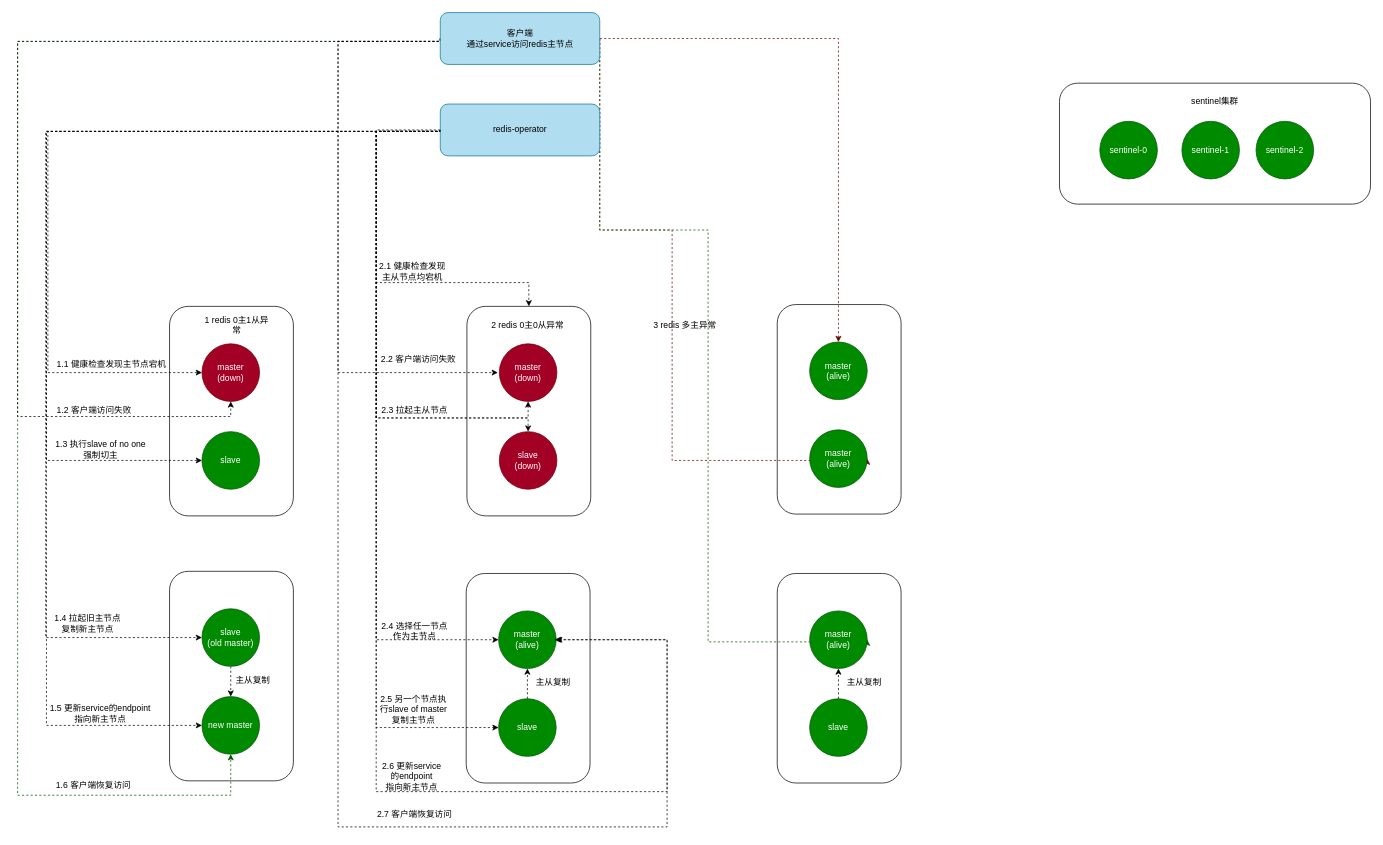
Earlier version of the draw.io diagram diagrams/redis主从版多主0主异常.drawio (fengyinqiao/cloudimg). Source tidied: cells renumbered, new cells numbered last; positions are measured from the earlier drawing's top-left corner, leaving out a move shared by most shapes. Both pictures are drawn from the tidied source at 72%, with x=0, y=0 at pixel (17, 12).
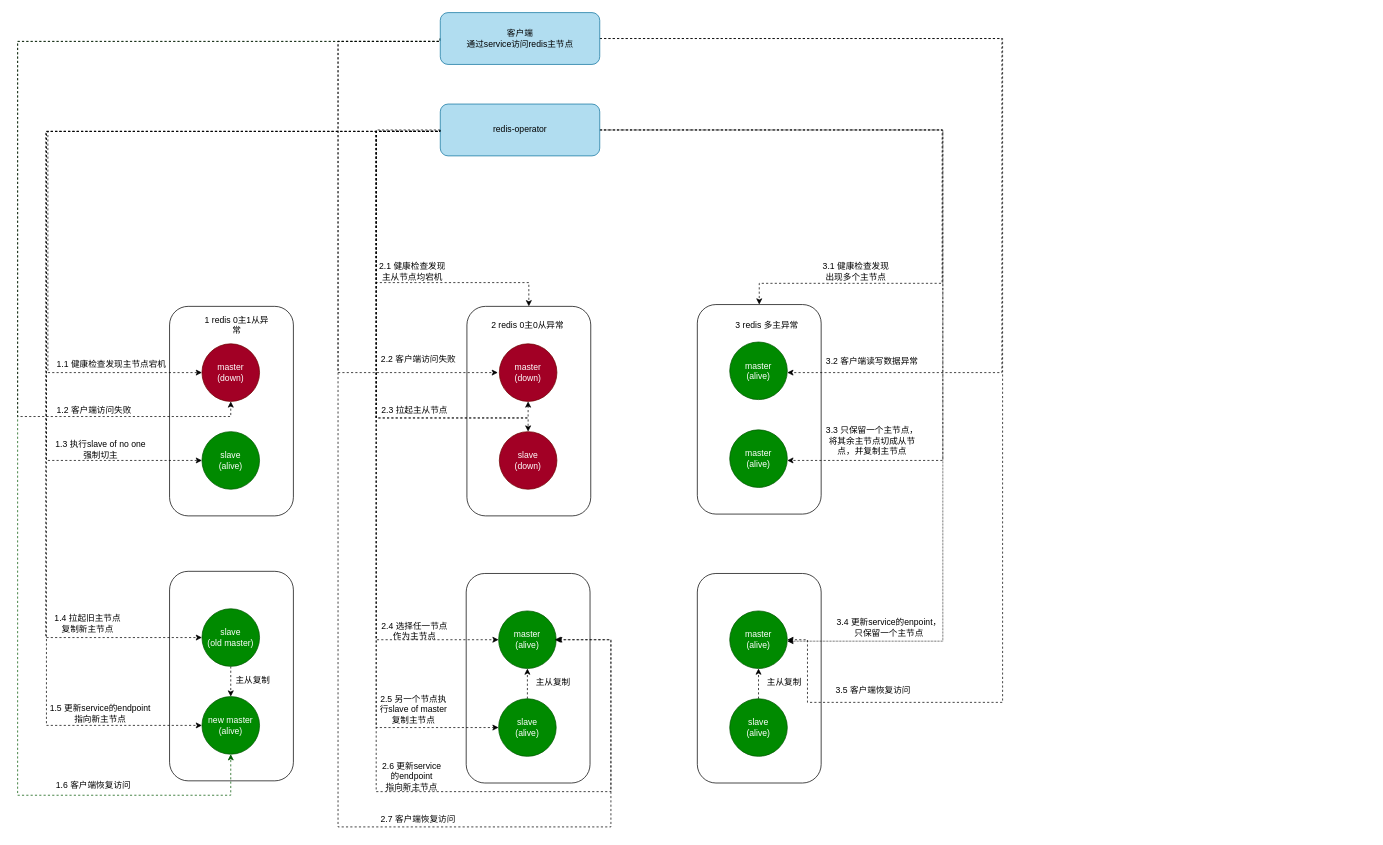
After the change.

Commit message:
更新redis主从版多主0主异常.drawio

The change refers to these unchanged cells:
```xml
<mxCell id="16" value="客户端&lt;br&gt;通过service访问redis主节点" style="rounded=1;whiteSpace=wrap;html=1;fillColor=#b1ddf0;strokeColor=#10739e;" parent="1" vertex="1">
  <mxGeometry x="587" width="221.5" height="72" as="geometry" />
</mxCell>
<mxCell id="34" value="master&lt;br&gt;(alive)" style="ellipse;whiteSpace=wrap;html=1;fillColor=#008a00;fontColor=#ffffff;strokeColor=#005700;" parent="1" vertex="1">
  <mxGeometry x="668" y="831" width="80" height="80" as="geometry" />
</mxCell>
<mxCell id="51" value="redis-operator" style="rounded=1;whiteSpace=wrap;html=1;fillColor=#b1ddf0;strokeColor=#10739e;" parent="1" vertex="1">
  <mxGeometry x="587" y="127" width="221.5" height="72" as="geometry" />
</mxCell>
```

Diff of the diagram source:
```diff
@@
+    <mxCell id="5" style="rounded=1;whiteSpace=wrap;html=1;" parent="1" vertex="1">
+      <mxGeometry x="944" y="405.5" width="172" height="291" as="geometry" />
+    </mxCell>
+    <mxCell id="9" style="edgeStyle=orthogonalEdgeStyle;rounded=0;jettySize=auto;html=1;exitX=1;exitY=0.5;exitDx=0;exitDy=0;dashed=1;" parent="1" edge="1" source="16" target="24">
+      <mxGeometry relative="1" as="geometry">
+        <Array as="points">
+          <mxPoint x="1367" y="36" />
+          <mxPoint x="1367" y="500" />
+        </Array>
+      </mxGeometry>
+    </mxCell>
     <mxCell id="2" style="rounded=1;whiteSpace=wrap;html=1;" parent="1" vertex="1">
-      <mxGeometry x="1055" y="779" width="172" height="291" as="geometry" />
+      <mxGeometry x="944" y="779" width="172" height="291" as="geometry" />
     </mxCell>
@@
-    <mxCell id="5" style="rounded=1;whiteSpace=wrap;html=1;" parent="1" vertex="1">
-      <mxGeometry x="1055" y="405.5" width="172" height="291" as="geometry" />
-    </mxCell>
@@
-    <mxCell id="8" style="rounded=1;whiteSpace=wrap;html=1;" parent="1" vertex="1">
-      <mxGeometry x="1447" y="98" width="432" height="168" as="geometry" />
-    </mxCell>
-    <mxCell id="9" style="edgeStyle=orthogonalEdgeStyle;rounded=0;jettySize=auto;html=1;exitX=1;exitY=0.5;exitDx=0;exitDy=0;dashed=1;fillColor=#a20025;strokeColor=#6F0000;" parent="1" edge="1" source="16" target="24">
-      <mxGeometry relative="1" as="geometry" />
-    </mxCell>
-    <mxCell id="10" style="edgeStyle=orthogonalEdgeStyle;rounded=0;jettySize=auto;html=1;exitX=1;exitY=0.5;exitDx=0;exitDy=0;dashed=1;entryX=1;entryY=0.5;entryDx=0;entryDy=0;fillColor=#a20025;strokeColor=#6F0000;" parent="1" edge="1" source="16" target="25">
-      <mxGeometry relative="1" as="geometry">
-        <Array as="points">
-          <mxPoint x="909" y="302" />
-          <mxPoint x="909" y="622" />
-        </Array>
-      </mxGeometry>
-    </mxCell>
@@
-    <mxCell id="12" style="edgeStyle=orthogonalEdgeStyle;rounded=0;jettySize=auto;html=1;exitX=1;exitY=0.5;exitDx=0;exitDy=0;entryX=1;entryY=0.5;entryDx=0;entryDy=0;dashed=1;fillColor=#008a00;strokeColor=#005700;" parent="1" edge="1" source="16" target="38">
-      <mxGeometry relative="1" as="geometry">
-        <Array as="points">
-          <mxPoint x="959" y="302" />
-          <mxPoint x="959" y="874" />
-        </Array>
-      </mxGeometry>
-    </mxCell>
@@
     <mxCell id="15" style="edgeStyle=orthogonalEdgeStyle;rounded=0;jettySize=auto;html=1;exitX=0;exitY=0.5;exitDx=0;exitDy=0;dashed=1;entryX=1;entryY=0.5;entryDx=0;entryDy=0;" parent="1" edge="1" source="16" target="34">
       <mxGeometry relative="1" as="geometry">
         <Array as="points">
           <mxPoint x="587" y="40" />
           <mxPoint x="445" y="40" />
           <mxPoint x="445" y="1131" />
-          <mxPoint x="902" y="1131" />
-          <mxPoint x="902" y="871" />
+          <mxPoint x="824" y="1131" />
+          <mxPoint x="824" y="871" />
         </Array>
       </mxGeometry>
     </mxCell>
+    <mxCell id="12" style="edgeStyle=orthogonalEdgeStyle;rounded=0;jettySize=auto;html=1;exitX=1;exitY=0.5;exitDx=0;exitDy=0;dashed=1;entryX=1;entryY=0.5;entryDx=0;entryDy=0;" parent="1" edge="1" source="16" target="38">
+      <mxGeometry relative="1" as="geometry">
+        <Array as="points">
+          <mxPoint x="1368" y="36" />
+          <mxPoint x="1368" y="958" />
+          <mxPoint x="1097" y="958" />
+          <mxPoint x="1097" y="871" />
+        </Array>
+      </mxGeometry>
+    </mxCell>
@@
-    <mxCell id="17" value="sentinel-0" style="ellipse;whiteSpace=wrap;html=1;fillColor=#008a00;fontColor=#ffffff;strokeColor=#005700;" parent="1" vertex="1">
-      <mxGeometry x="1503" y="151" width="80" height="80" as="geometry" />
-    </mxCell>
-    <mxCell id="18" value="sentinel-2" style="ellipse;whiteSpace=wrap;html=1;fillColor=#008a00;fontColor=#ffffff;strokeColor=#005700;" parent="1" vertex="1">
-      <mxGeometry x="1720" y="151" width="80" height="80" as="geometry" />
-    </mxCell>
-    <mxCell id="19" value="sentinel-1" style="ellipse;whiteSpace=wrap;html=1;fillColor=#008a00;fontColor=#ffffff;strokeColor=#005700;" parent="1" vertex="1">
-      <mxGeometry x="1617" y="151" width="80" height="80" as="geometry" />
-    </mxCell>
-    <mxCell id="20" value="sentinel集群" style="text;html=1;strokeColor=none;fillColor=none;align=center;verticalAlign=middle;whiteSpace=wrap;rounded=0;" parent="1" vertex="1">
-      <mxGeometry x="1627" y="109" width="72" height="30" as="geometry" />
-    </mxCell>
@@
-    <mxCell id="22" value="slave" style="ellipse;whiteSpace=wrap;html=1;fillColor=#008a00;fontColor=#ffffff;strokeColor=#005700;" parent="1" vertex="1">
+    <mxCell id="22" value="slave&lt;br&gt;(alive)" style="ellipse;whiteSpace=wrap;html=1;fillColor=#008a00;fontColor=#ffffff;strokeColor=#005700;" parent="1" vertex="1">
       <mxGeometry x="256" y="582" width="80" height="80" as="geometry" />
     </mxCell>
@@
     <mxCell id="24" value="master&lt;br&gt;(alive)" style="ellipse;whiteSpace=wrap;html=1;fillColor=#008a00;fontColor=#ffffff;strokeColor=#005700;" parent="1" vertex="1">
-      <mxGeometry x="1100" y="457.5" width="80" height="80" as="geometry" />
+      <mxGeometry x="989" y="457.5" width="80" height="80" as="geometry" />
     </mxCell>
     <mxCell id="25" value="master&lt;br&gt;(alive)" style="ellipse;whiteSpace=wrap;html=1;fillColor=#008a00;fontColor=#ffffff;strokeColor=#005700;" parent="1" vertex="1">
-      <mxGeometry x="1100" y="579.5" width="80" height="80" as="geometry" />
+      <mxGeometry x="989" y="579.5" width="80" height="80" as="geometry" />
     </mxCell>
     <mxCell id="26" value="3 redis 多主异常" style="text;html=1;strokeColor=none;fillColor=none;align=center;verticalAlign=middle;whiteSpace=wrap;rounded=0;" parent="1" vertex="1">
-      <mxGeometry x="880" y="419" width="94" height="30" as="geometry" />
+      <mxGeometry x="994" y="419" width="94" height="30" as="geometry" />
     </mxCell>
@@
-    <mxCell id="32" value="new master" style="ellipse;whiteSpace=wrap;html=1;fillColor=#008a00;fontColor=#ffffff;strokeColor=#005700;" parent="1" vertex="1">
+    <mxCell id="32" value="new master&lt;br&gt;(alive)" style="ellipse;whiteSpace=wrap;html=1;fillColor=#008a00;fontColor=#ffffff;strokeColor=#005700;" parent="1" vertex="1">
       <mxGeometry x="256" y="950" width="80" height="80" as="geometry" />
     </mxCell>
@@
-    <mxCell id="36" value="slave" style="ellipse;whiteSpace=wrap;html=1;fillColor=#008a00;fontColor=#ffffff;strokeColor=#005700;" parent="1" vertex="1">
+    <mxCell id="36" value="slave&lt;br&gt;(alive)" style="ellipse;whiteSpace=wrap;html=1;fillColor=#008a00;fontColor=#ffffff;strokeColor=#005700;" parent="1" vertex="1">
       <mxGeometry x="668" y="953" width="80" height="80" as="geometry" />
     </mxCell>
@@
     <mxCell id="38" value="master&lt;br&gt;(alive)" style="ellipse;whiteSpace=wrap;html=1;fillColor=#008a00;fontColor=#ffffff;strokeColor=#005700;" parent="1" vertex="1">
-      <mxGeometry x="1100" y="831" width="80" height="80" as="geometry" />
+      <mxGeometry x="989" y="831" width="80" height="80" as="geometry" />
     </mxCell>
@@
-    <mxCell id="40" value="slave" style="ellipse;whiteSpace=wrap;html=1;fillColor=#008a00;fontColor=#ffffff;strokeColor=#005700;" parent="1" vertex="1">
-      <mxGeometry x="1100" y="953" width="80" height="80" as="geometry" />
+    <mxCell id="40" value="slave&lt;br&gt;(alive)" style="ellipse;whiteSpace=wrap;html=1;fillColor=#008a00;fontColor=#ffffff;strokeColor=#005700;" parent="1" vertex="1">
+      <mxGeometry x="989" y="953" width="80" height="80" as="geometry" />
     </mxCell>
     <mxCell id="41" value="主从复制" style="text;html=1;strokeColor=none;fillColor=none;align=center;verticalAlign=middle;whiteSpace=wrap;rounded=0;" parent="1" vertex="1">
-      <mxGeometry x="1146" y="915" width="60" height="30" as="geometry" />
+      <mxGeometry x="1035" y="915" width="60" height="30" as="geometry" />
     </mxCell>
@@
     <mxCell id="50" style="edgeStyle=orthogonalEdgeStyle;rounded=0;jettySize=auto;html=1;exitX=0;exitY=0.5;exitDx=0;exitDy=0;dashed=1;" parent="1" edge="1" source="51">
       <mxGeometry relative="1" as="geometry">
         <mxPoint x="746" y="871" as="targetPoint" />
         <Array as="points">
           <mxPoint x="498" y="163" />
           <mxPoint x="498" y="1082" />
-          <mxPoint x="902" y="1082" />
-          <mxPoint x="902" y="871" />
+          <mxPoint x="824" y="1082" />
+          <mxPoint x="824" y="871" />
         </Array>
       </mxGeometry>
     </mxCell>
+    <mxCell id="66" style="edgeStyle=orthogonalEdgeStyle;rounded=0;jettySize=auto;html=1;exitX=1;exitY=0.5;exitDx=0;exitDy=0;entryX=0.5;entryY=0;entryDx=0;entryDy=0;dashed=1;" parent="1" edge="1" source="51" target="5">
+      <mxGeometry relative="1" as="geometry">
+        <Array as="points">
+          <mxPoint x="1284" y="163" />
+          <mxPoint x="1284" y="376" />
+          <mxPoint x="1030" y="376" />
+        </Array>
+      </mxGeometry>
+    </mxCell>
+    <mxCell id="67" style="edgeStyle=orthogonalEdgeStyle;rounded=0;jettySize=auto;html=1;exitX=1;exitY=0.5;exitDx=0;exitDy=0;dashed=1;" parent="1" edge="1" source="51" target="25">
+      <mxGeometry relative="1" as="geometry">
+        <Array as="points">
+          <mxPoint x="1285" y="163" />
+          <mxPoint x="1285" y="622" />
+        </Array>
+      </mxGeometry>
+    </mxCell>
+    <mxCell id="68" style="edgeStyle=orthogonalEdgeStyle;rounded=0;jettySize=auto;html=1;exitX=1;exitY=0.5;exitDx=0;exitDy=0;dashed=1;dashPattern=1 1;" parent="1" edge="1" source="51" target="38">
+      <mxGeometry relative="1" as="geometry">
+        <Array as="points">
+          <mxPoint x="1285" y="163" />
+          <mxPoint x="1285" y="873" />
+        </Array>
+      </mxGeometry>
+    </mxCell>
@@
     <mxCell id="65" value="&lt;span style=&quot;&quot;&gt;2.7 客户端恢复访问&lt;/span&gt;" style="text;html=1;strokeColor=none;fillColor=none;align=center;verticalAlign=middle;whiteSpace=wrap;rounded=0;" parent="1" vertex="1">
-      <mxGeometry x="495" y="1099" width="113" height="30" as="geometry" />
+      <mxGeometry x="500" y="1106" width="113" height="30" as="geometry" />
     </mxCell>
+    <mxCell id="69" value="&lt;span style=&quot;&quot;&gt;3.1 健康检查发现出现多个主节点&lt;/span&gt;" style="text;html=1;strokeColor=none;fillColor=none;align=center;verticalAlign=middle;whiteSpace=wrap;rounded=0;" parent="1" vertex="1">
+      <mxGeometry x="1116" y="345" width="97" height="30" as="geometry" />
+    </mxCell>
+    <mxCell id="70" value="&lt;span style=&quot;&quot;&gt;3.3 只保留一个主节点，将其余主节点切成从节点，并复制主节点&lt;/span&gt;" style="text;html=1;strokeColor=none;fillColor=none;align=center;verticalAlign=middle;whiteSpace=wrap;rounded=0;" parent="1" vertex="1">
+      <mxGeometry x="1118" y="579.5" width="138" height="30" as="geometry" />
+    </mxCell>
+    <mxCell id="71" value="&lt;span style=&quot;&quot;&gt;3.4 更新service的enpoint，只保留一个主节点&lt;/span&gt;" style="text;html=1;strokeColor=none;fillColor=none;align=center;verticalAlign=middle;whiteSpace=wrap;rounded=0;" parent="1" vertex="1">
+      <mxGeometry x="1134" y="838.5" width="153" height="30" as="geometry" />
+    </mxCell>
+    <mxCell id="72" value="&lt;span style=&quot;&quot;&gt;3.2 客户端读写数据异常&lt;/span&gt;" style="text;html=1;strokeColor=none;fillColor=none;align=center;verticalAlign=middle;whiteSpace=wrap;rounded=0;" parent="1" vertex="1">
+      <mxGeometry x="1121" y="469.5" width="132" height="30" as="geometry" />
+    </mxCell>
+    <mxCell id="73" value="&lt;span style=&quot;&quot;&gt;3.5 客户端恢复访问&lt;/span&gt;" style="text;html=1;strokeColor=none;fillColor=none;align=center;verticalAlign=middle;whiteSpace=wrap;rounded=0;" parent="1" vertex="1">
+      <mxGeometry x="1130" y="926" width="116.5" height="30" as="geometry" />
+    </mxCell>
```
